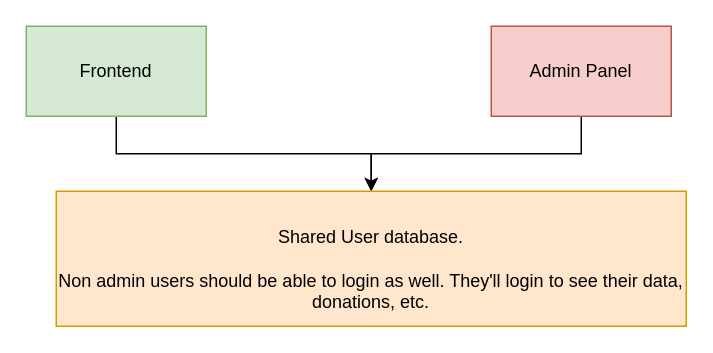
Earlier version of the draw.io diagram flowcharts/feedthepoor master.drawio (icrewsystemsofficial/feedthepoor). Source tidied: cells renumbered, new cells numbered last; positions are measured from the earlier drawing's top-left corner, leaving out a move shared by most shapes. Both pictures are drawn from the tidied source at 150%, with x=0, y=0 at pixel (26, 26).
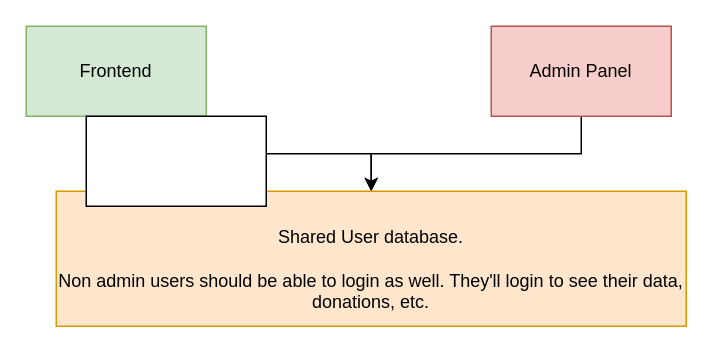
Above is the later version.

Diff of the diagram source:
```diff
@@
 <mxGraphModel>
   <root>
     <mxCell id="0" />
     <mxCell id="1" parent="0" />
     <mxCell id="2" style="edgeStyle=orthogonalEdgeStyle;rounded=0;jettySize=auto;html=1;" parent="1" edge="1" source="3" target="6">
       <mxGeometry relative="1" as="geometry" />
     </mxCell>
     <mxCell id="3" value="Frontend" style="rounded=0;whiteSpace=wrap;html=1;fillColor=#d5e8d4;strokeColor=#82b366;glass=0;shadow=0;" parent="1" vertex="1">
       <mxGeometry width="120" height="60" as="geometry" />
     </mxCell>
     <mxCell id="4" style="edgeStyle=orthogonalEdgeStyle;rounded=0;jettySize=auto;html=1;" parent="1" edge="1" source="5" target="6">
       <mxGeometry relative="1" as="geometry" />
     </mxCell>
     <mxCell id="5" value="Admin Panel" style="rounded=0;whiteSpace=wrap;html=1;fillColor=#f8cecc;strokeColor=#b85450;" parent="1" vertex="1">
       <mxGeometry x="310" width="120" height="60" as="geometry" />
     </mxCell>
     <mxCell id="6" value="&lt;br&gt;Shared User database.&lt;br&gt;&lt;br&gt;Non admin users should be able to login as well. They'll login to see their data, donations, etc." style="text;html=1;fillColor=#ffe6cc;align=center;verticalAlign=middle;whiteSpace=wrap;rounded=0;strokeColor=#d79b00;" parent="1" vertex="1">
       <mxGeometry x="20" y="110" width="420" height="90" as="geometry" />
     </mxCell>
+    <mxCell id="7" style="whiteSpace=wrap;html=1;" parent="1" vertex="1">
+      <mxGeometry x="40" y="60" width="120" height="60" as="geometry" />
+    </mxCell>
   </root>
 </mxGraphModel>
```
